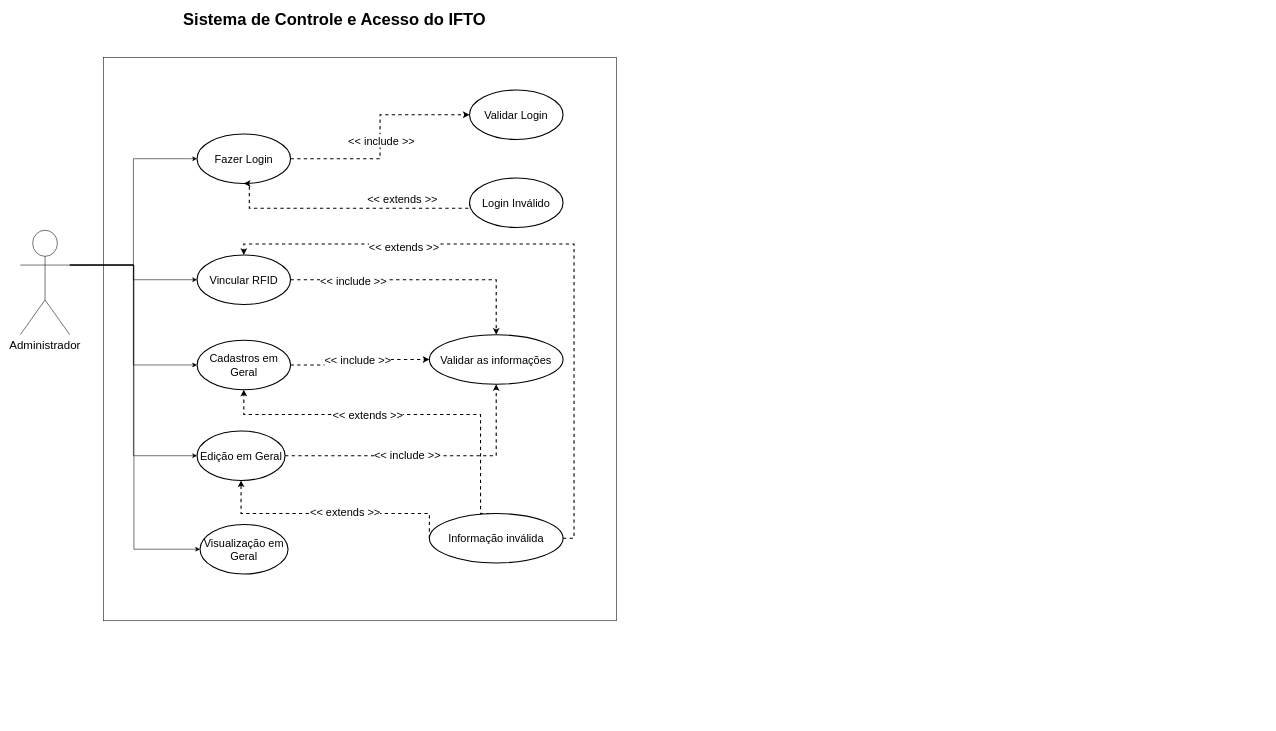
This is Diagramas/Diagrama de Caso de Uso/v1/caso_de_uso.drawio from RangersonTI/Meu_TCC, a draw.io file, before an edit. Source tidied: cells renumbered, new cells numbered last; positions are measured from the earlier drawing's top-left corner, leaving out a move shared by most shapes. Both pictures are drawn from the tidied source at 55%, with x=0, y=0 at pixel (20, 11).
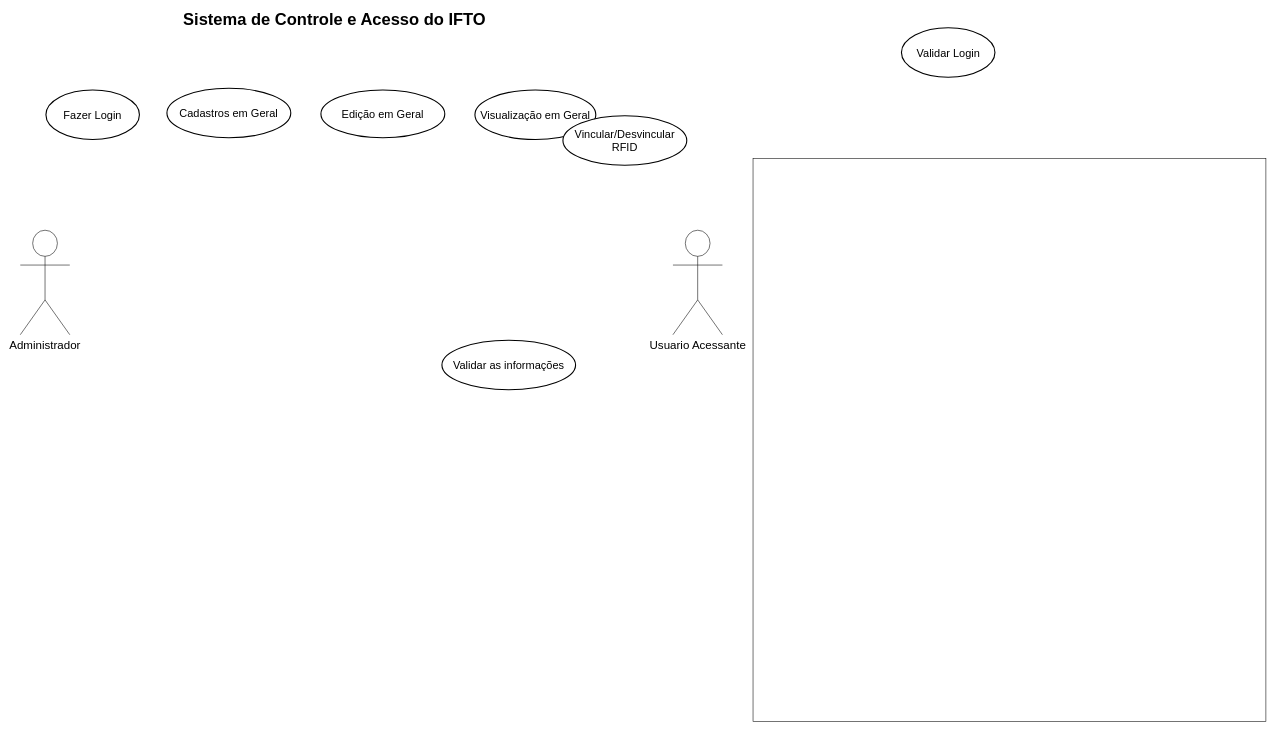
Above is the later version.

Unchanged cells that the change refers to:
```xml
<mxCell id="11" value="Administrador" style="shape=umlActor;verticalLabelPosition=bottom;verticalAlign=top;html=1;outlineConnect=0;fontSize=21;" parent="1" vertex="1">
  <mxGeometry x="0.4" y="398.1" width="90" height="190" as="geometry" />
</mxCell>
```

Diff of the diagram source:
```diff
@@
     <mxCell id="2" style="rounded=0;whiteSpace=wrap;html=1;rotation=90;" parent="1" vertex="1">
-      <mxGeometry x="106.4" y="130" width="1023.8" height="932.5" as="geometry" />
+      <mxGeometry x="1287" y="313.1" width="1023.8" height="932.5" as="geometry" />
     </mxCell>
-    <mxCell id="3" style="edgeStyle=orthogonalEdgeStyle;rounded=0;jettySize=auto;html=1;dashed=1;strokeWidth=2;" parent="1" edge="1" source="5" target="16">
-      <mxGeometry relative="1" as="geometry" />
-    </mxCell>
-    <mxCell id="4" value="&amp;lt;&amp;lt; include &amp;gt;&amp;gt;" style="edgeLabel;html=1;align=center;verticalAlign=middle;fontSize=20;" parent="3" vertex="1">
-      <mxGeometry x="-0.14" y="-2" relative="1" as="geometry">
-        <mxPoint y="-22" as="offset" />
-      </mxGeometry>
-    </mxCell>
     <mxCell id="5" value="Fazer Login" style="ellipse;whiteSpace=wrap;html=1;fontSize=20;strokeWidth=2;" parent="1" vertex="1">
-      <mxGeometry x="321.8" y="223.1" width="170" height="90" as="geometry" />
+      <mxGeometry x="47" y="143.1" width="170" height="90" as="geometry" />
     </mxCell>
-    <mxCell id="6" style="edgeStyle=orthogonalEdgeStyle;rounded=0;jettySize=auto;html=1;exitX=1;exitY=0.3333333333333333;exitDx=0;exitDy=0;exitPerimeter=0;entryX=0;entryY=0.5;entryDx=0;entryDy=0;" parent="1" edge="1" source="11" target="5">
-      <mxGeometry relative="1" as="geometry" />
-    </mxCell>
-    <mxCell id="7" style="edgeStyle=orthogonalEdgeStyle;rounded=0;jettySize=auto;html=1;exitX=1;exitY=0.3333333333333333;exitDx=0;exitDy=0;exitPerimeter=0;entryX=0;entryY=0.5;entryDx=0;entryDy=0;" parent="1" edge="1" source="11" target="27">
-      <mxGeometry relative="1" as="geometry" />
-    </mxCell>
-    <mxCell id="8" style="edgeStyle=orthogonalEdgeStyle;rounded=0;jettySize=auto;html=1;exitX=1;exitY=0.3333333333333333;exitDx=0;exitDy=0;exitPerimeter=0;entryX=0;entryY=0.5;entryDx=0;entryDy=0;" parent="1" edge="1" source="11" target="14">
-      <mxGeometry relative="1" as="geometry" />
-    </mxCell>
-    <mxCell id="9" style="edgeStyle=orthogonalEdgeStyle;rounded=0;jettySize=auto;html=1;exitX=1;exitY=0.3333333333333333;exitDx=0;exitDy=0;exitPerimeter=0;entryX=0;entryY=0.5;entryDx=0;entryDy=0;" parent="1" edge="1" source="11" target="23">
-      <mxGeometry relative="1" as="geometry" />
-    </mxCell>
-    <mxCell id="10" style="edgeStyle=orthogonalEdgeStyle;rounded=0;jettySize=auto;html=1;exitX=1;exitY=0.3333333333333333;exitDx=0;exitDy=0;exitPerimeter=0;entryX=0;entryY=0.5;entryDx=0;entryDy=0;" parent="1" edge="1" source="11" target="24">
-      <mxGeometry relative="1" as="geometry">
-        <Array as="points">
-          <mxPoint x="207" y="462" />
-          <mxPoint x="207" y="978" />
-        </Array>
-      </mxGeometry>
-    </mxCell>
@@
-    <mxCell id="12" style="edgeStyle=orthogonalEdgeStyle;rounded=0;jettySize=auto;html=1;exitX=1;exitY=0.5;exitDx=0;exitDy=0;strokeWidth=2;dashed=1;" parent="1" edge="1" source="14" target="15">
-      <mxGeometry relative="1" as="geometry" />
-    </mxCell>
-    <mxCell id="13" value="&amp;lt;&amp;lt; include &amp;gt;&amp;gt;" style="edgeLabel;html=1;align=center;verticalAlign=middle;fontSize=20;" parent="12" vertex="1">
-      <mxGeometry x="-0.19" y="-1" relative="1" as="geometry">
-        <mxPoint x="16" y="-11" as="offset" />
-      </mxGeometry>
-    </mxCell>
     <mxCell id="14" value="Cadastros em Geral" style="ellipse;whiteSpace=wrap;html=1;fontSize=20;strokeWidth=2;" parent="1" vertex="1">
-      <mxGeometry x="321.8" y="598.1" width="170" height="90" as="geometry" />
+      <mxGeometry x="267" y="140" width="225.2" height="90" as="geometry" />
     </mxCell>
     <mxCell id="15" value="Validar as informações" style="ellipse;whiteSpace=wrap;html=1;fontSize=20;strokeWidth=2;" parent="1" vertex="1">
-      <mxGeometry x="744.2" y="588.1" width="243" height="90" as="geometry" />
+      <mxGeometry x="767" y="598.1" width="243" height="90" as="geometry" />
     </mxCell>
     <mxCell id="16" value="Validar Login" style="ellipse;whiteSpace=wrap;html=1;fontSize=20;strokeWidth=2;" parent="1" vertex="1">
-      <mxGeometry x="817.2" y="143.1" width="170" height="90" as="geometry" />
+      <mxGeometry x="1602.5" y="30" width="170" height="90" as="geometry" />
     </mxCell>
-    <mxCell id="17" style="edgeStyle=orthogonalEdgeStyle;rounded=0;jettySize=auto;html=1;exitX=0;exitY=0.5;exitDx=0;exitDy=0;entryX=0.5;entryY=1;entryDx=0;entryDy=0;dashed=1;strokeWidth=2;" parent="1" edge="1" source="19" target="5">
-      <mxGeometry relative="1" as="geometry">
-        <Array as="points">
-          <mxPoint x="416.8" y="358.1" />
-        </Array>
-      </mxGeometry>
-    </mxCell>
-    <mxCell id="18" value="&amp;lt;&amp;lt; extends &amp;gt;&amp;gt;" style="edgeLabel;html=1;align=center;verticalAlign=middle;fontSize=20;" parent="17" vertex="1">
-      <mxGeometry x="-0.7" y="4" relative="1" as="geometry">
-        <mxPoint x="-63" y="-22" as="offset" />
-      </mxGeometry>
-    </mxCell>
-    <mxCell id="19" value="Login Inválido" style="ellipse;whiteSpace=wrap;html=1;fontSize=20;strokeWidth=2;" parent="1" vertex="1">
-      <mxGeometry x="817.2" y="303.1" width="170" height="90" as="geometry" />
-    </mxCell>
@@
-    <mxCell id="21" style="edgeStyle=orthogonalEdgeStyle;rounded=0;jettySize=auto;html=1;exitX=1;exitY=0.5;exitDx=0;exitDy=0;entryX=0.5;entryY=1;entryDx=0;entryDy=0;dashed=1;strokeWidth=2;" parent="1" edge="1" source="23" target="15">
-      <mxGeometry relative="1" as="geometry" />
-    </mxCell>
-    <mxCell id="22" value="&lt;span style=&quot;font-size: 20px;&quot;&gt;&amp;lt;&amp;lt; include &amp;gt;&amp;gt;&lt;/span&gt;" style="edgeLabel;html=1;align=center;verticalAlign=middle;" parent="21" vertex="1">
-      <mxGeometry x="-0.14" y="2" relative="1" as="geometry">
-        <mxPoint x="1" as="offset" />
-      </mxGeometry>
-    </mxCell>
     <mxCell id="23" value="Edição em Geral" style="ellipse;whiteSpace=wrap;html=1;fontSize=20;strokeWidth=2;" parent="1" vertex="1">
-      <mxGeometry x="321.8" y="763.1" width="160" height="90" as="geometry" />
+      <mxGeometry x="547" y="143.1" width="225.2" height="86.9" as="geometry" />
     </mxCell>
     <mxCell id="24" value="Visualização em Geral" style="ellipse;whiteSpace=wrap;html=1;fontSize=20;strokeWidth=2;" parent="1" vertex="1">
-      <mxGeometry x="327.2" y="933.1" width="160" height="90" as="geometry" />
+      <mxGeometry x="827" y="143.1" width="219.8" height="90" as="geometry" />
     </mxCell>
-    <mxCell id="25" style="edgeStyle=orthogonalEdgeStyle;rounded=0;jettySize=auto;html=1;exitX=1;exitY=0.5;exitDx=0;exitDy=0;entryX=0.5;entryY=0;entryDx=0;entryDy=0;strokeWidth=2;dashed=1;" parent="1" edge="1" source="27" target="15">
-      <mxGeometry relative="1" as="geometry" />
-    </mxCell>
-    <mxCell id="26" value="&amp;lt;&amp;lt; include &amp;gt;&amp;gt;" style="edgeLabel;html=1;align=center;verticalAlign=middle;fontSize=20;" parent="25" vertex="1">
-      <mxGeometry x="-0.52" y="-1" relative="1" as="geometry" />
-    </mxCell>
-    <mxCell id="27" value="Vincular RFID" style="ellipse;whiteSpace=wrap;html=1;fontSize=20;strokeWidth=2;" parent="1" vertex="1">
-      <mxGeometry x="321.8" y="443.1" width="170" height="90" as="geometry" />
+    <mxCell id="27" value="Vincular/Desvincular RFID" style="ellipse;whiteSpace=wrap;html=1;fontSize=20;strokeWidth=2;" parent="1" vertex="1">
+      <mxGeometry x="987" y="190" width="225.2" height="90" as="geometry" />
     </mxCell>
-    <mxCell id="28" style="edgeStyle=orthogonalEdgeStyle;rounded=0;jettySize=auto;html=1;exitX=0.5;exitY=0;exitDx=0;exitDy=0;entryX=0.5;entryY=1;entryDx=0;entryDy=0;dashed=1;strokeWidth=2;" parent="1" edge="1" source="34" target="14">
-      <mxGeometry relative="1" as="geometry">
-        <Array as="points">
-          <mxPoint x="837.2" y="913.1" />
-          <mxPoint x="837.2" y="733.1" />
-          <mxPoint x="407.2" y="733.1" />
-        </Array>
-      </mxGeometry>
-    </mxCell>
-    <mxCell id="29" value="&lt;span style=&quot;font-size: 20px;&quot;&gt;&amp;lt;&amp;lt; extends &amp;gt;&amp;gt;&lt;/span&gt;" style="edgeLabel;html=1;align=center;verticalAlign=middle;" parent="28" vertex="1">
-      <mxGeometry x="0.21" relative="1" as="geometry" />
-    </mxCell>
-    <mxCell id="30" style="edgeStyle=orthogonalEdgeStyle;rounded=0;jettySize=auto;html=1;exitX=0;exitY=0.5;exitDx=0;exitDy=0;entryX=0.5;entryY=1;entryDx=0;entryDy=0;dashed=1;strokeWidth=2;" parent="1" edge="1" source="34" target="23">
-      <mxGeometry relative="1" as="geometry">
-        <Array as="points">
-          <mxPoint x="744.2" y="913.1" />
-          <mxPoint x="402.2" y="913.1" />
-        </Array>
-      </mxGeometry>
-    </mxCell>
-    <mxCell id="31" value="&lt;span style=&quot;font-size: 20px;&quot;&gt;&amp;lt;&amp;lt; extends &amp;gt;&amp;gt;&lt;/span&gt;" style="edgeLabel;html=1;align=center;verticalAlign=middle;" parent="30" vertex="1">
-      <mxGeometry x="-0.11" y="-3" relative="1" as="geometry" />
-    </mxCell>
-    <mxCell id="32" style="edgeStyle=orthogonalEdgeStyle;rounded=0;jettySize=auto;html=1;exitX=1;exitY=0.5;exitDx=0;exitDy=0;entryX=0.5;entryY=0;entryDx=0;entryDy=0;dashed=1;strokeWidth=2;" parent="1" edge="1" source="34" target="27">
-      <mxGeometry relative="1" as="geometry" />
-    </mxCell>
-    <mxCell id="33" value="&lt;span style=&quot;font-size: 20px;&quot;&gt;&amp;lt;&amp;lt; extends &amp;gt;&amp;gt;&lt;/span&gt;" style="edgeLabel;html=1;align=center;verticalAlign=middle;" parent="32" vertex="1">
-      <mxGeometry x="0.47" y="5" relative="1" as="geometry">
-        <mxPoint x="-1" as="offset" />
-      </mxGeometry>
-    </mxCell>
-    <mxCell id="34" value="Informação inválida" style="ellipse;whiteSpace=wrap;html=1;fontSize=20;strokeWidth=2;" parent="1" vertex="1">
-      <mxGeometry x="744.2" y="913.1" width="243" height="90" as="geometry" />
-    </mxCell>
+    <mxCell id="35" value="Usuario Acessante" style="shape=umlActor;verticalLabelPosition=bottom;verticalAlign=top;html=1;fontSize=21;" parent="1" vertex="1">
+      <mxGeometry x="1187" y="398.1" width="90" height="190" as="geometry" />
+    </mxCell>
```
